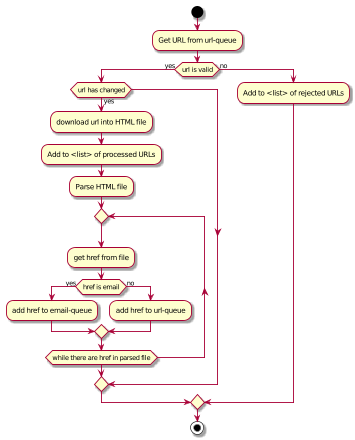
Earlier version of the PlantUML export design/diagrams/urlhandler.png (brochwerger/crawler).
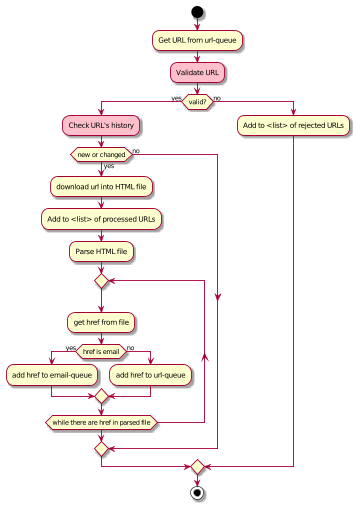
Later version of the same file.

Commit message:
Highlighted "tricky" stage

Diff of the diagram source:
```diff
@@ -2,20 +2,23 @@
 start
 
 :Get URL from url-queue;
-if (url is valid) then (yes)
-if (url has changed) then (yes)
-  :download url into HTML file;
-  :Add to <list> of processed URLs;
-  :Parse HTML file;
-  repeat
-    :get href from file;
-    if (href is email) then (yes)
-      :add href to email-queue;
+#pink:Validate URL;
+if (valid?) then (yes)
+    #pink:Check URL's history;
+    if (new or changed) then (yes)
+      :download url into HTML file;
+      :Add to <list> of processed URLs;
+      :Parse HTML file;
+      repeat
+        :get href from file;
+        if (href is email) then (yes)
+          :add href to email-queue;
+        else (no)
+          :add href to url-queue;
+        endif
+      repeat while (while there are href in parsed file)
     else (no)
-      :add href to url-queue;
     endif
-  repeat while (while there are href in parsed file)
-endif
 else (no)
  :Add to <list> of rejected URLs;
 endif
```
